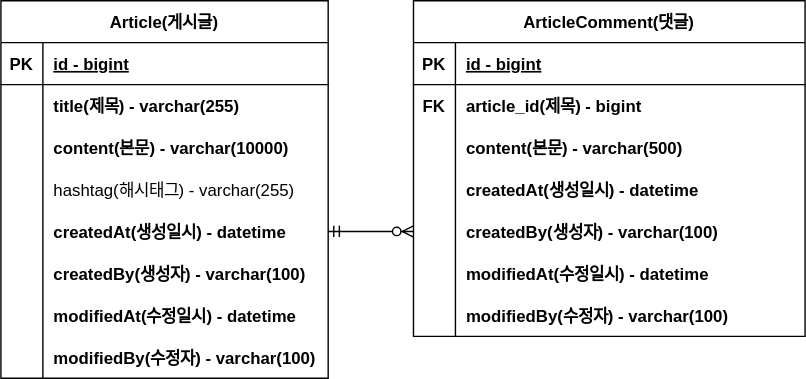
The draw.io diagram document/project-board-erd.svg in Dukapuri/basic-board, before a commit. Source tidied: cells renumbered, new cells last; positions are measured from the earlier drawing's top-left corner, leaving out a move shared by most shapes.
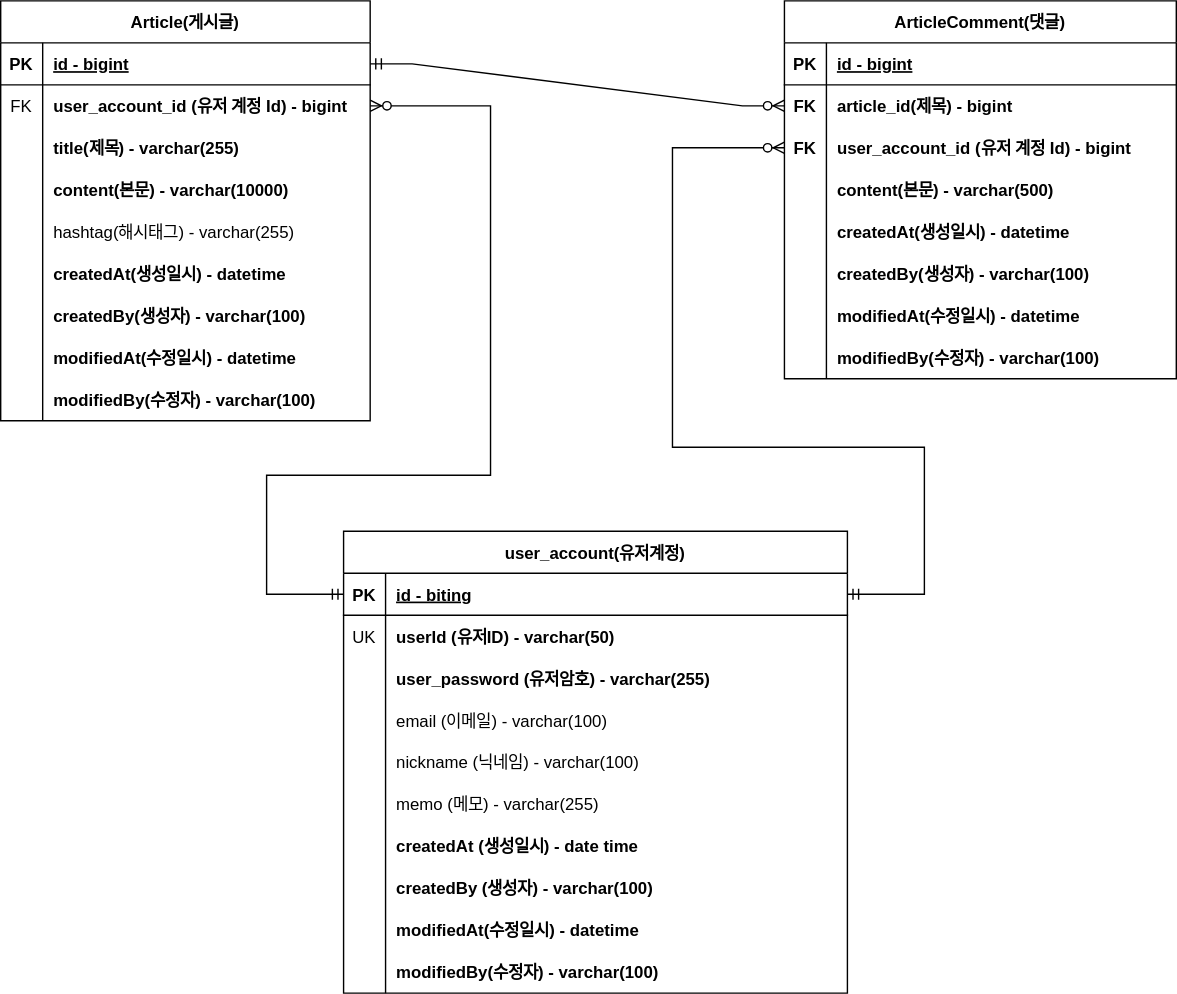
Above is the later version.

Commit message:
project-board-erd.svg 유저 계정 erd를 추가하고 연관관계를 매핑시켜줌

What changed in the source:
```diff
@@ -5,6 +5,6 @@
     <mxCell id="2" value="Article(게시글)" style="shape=table;startSize=30;rowLines=0;fontStyle=1;align=center;" parent="1" vertex="1">
-      <mxGeometry width="234" height="270" as="geometry" />
+      <mxGeometry x="-76" width="264" height="300" as="geometry" />
     </mxCell>
     <mxCell id="3" style="shape=tableRow;horizontal=0;startSize=0;swimlaneHead=0;swimlaneBody=0;fillColor=none;points=[[0,0.5],[1,0.5]];portConstraint=eastwest;top=0;left=0;right=0;bottom=1;" parent="2" vertex="1">
-      <mxGeometry y="30" width="234" height="30" as="geometry" />
+      <mxGeometry y="30" width="264" height="30" as="geometry" />
     </mxCell>
@@ -14,15 +14,24 @@
     <mxCell id="5" value="id - bigint" style="shape=partialRectangle;fillColor=none;top=0;left=0;bottom=0;right=0;align=left;spacingLeft=6;fontStyle=5;overflow=hidden;" parent="3" vertex="1">
-      <mxGeometry x="30" width="204" height="30" as="geometry" />
+      <mxGeometry x="30" width="234" height="30" as="geometry" />
     </mxCell>
     <mxCell id="6" style="shape=tableRow;horizontal=0;startSize=0;swimlaneHead=0;swimlaneBody=0;fillColor=none;points=[[0,0.5],[1,0.5]];portConstraint=eastwest;top=0;left=0;right=0;bottom=0;" parent="2" vertex="1">
-      <mxGeometry y="60" width="234" height="30" as="geometry" />
+      <mxGeometry y="60" width="264" height="30" as="geometry" />
     </mxCell>
-    <mxCell id="7" style="shape=partialRectangle;fillColor=none;top=0;left=0;bottom=0;right=0;overflow=hidden;" parent="6" vertex="1">
+    <mxCell id="7" value="FK" style="shape=partialRectangle;fillColor=none;top=0;left=0;bottom=0;right=0;overflow=hidden;" parent="6" vertex="1">
       <mxGeometry width="30" height="30" as="geometry" />
     </mxCell>
-    <mxCell id="8" value="title(제목) - varchar(255)" style="shape=partialRectangle;fillColor=none;top=0;left=0;bottom=0;right=0;align=left;spacingLeft=6;overflow=hidden;fontStyle=1;" parent="6" vertex="1">
-      <mxGeometry x="30" width="204" height="30" as="geometry" />
+    <mxCell id="8" value="user_account_id (유저 계정 Id) - bigint" style="shape=partialRectangle;fillColor=none;top=0;left=0;bottom=0;right=0;align=left;spacingLeft=6;overflow=hidden;fontStyle=1;" parent="6" vertex="1">
+      <mxGeometry x="30" width="234" height="30" as="geometry" />
     </mxCell>
+    <mxCell id="50" style="shape=tableRow;horizontal=0;startSize=0;swimlaneHead=0;swimlaneBody=0;fillColor=none;top=0;left=0;right=0;bottom=0;" parent="2" vertex="1">
+      <mxGeometry y="90" width="264" height="30" as="geometry" />
+    </mxCell>
+    <mxCell id="51" style="shape=partialRectangle;fillColor=none;top=0;left=0;bottom=0;right=0;overflow=hidden;" parent="50" vertex="1">
+      <mxGeometry width="30" height="30" as="geometry" />
+    </mxCell>
+    <mxCell id="52" value="title(제목) - varchar(255)" style="shape=partialRectangle;fillColor=none;top=0;left=0;bottom=0;right=0;align=left;spacingLeft=6;overflow=hidden;fontStyle=1;" parent="50" vertex="1">
+      <mxGeometry x="30" width="234" height="30" as="geometry" />
+    </mxCell>
     <mxCell id="9" style="shape=tableRow;horizontal=0;startSize=0;swimlaneHead=0;swimlaneBody=0;fillColor=none;top=0;left=0;right=0;bottom=0;" parent="2" vertex="1">
-      <mxGeometry y="90" width="234" height="30" as="geometry" />
+      <mxGeometry y="120" width="264" height="30" as="geometry" />
     </mxCell>
@@ -32,6 +41,6 @@
     <mxCell id="11" value="content(본문) - varchar(10000)" style="shape=partialRectangle;fillColor=none;top=0;left=0;bottom=0;right=0;align=left;spacingLeft=6;overflow=hidden;fontStyle=1;" parent="9" vertex="1">
-      <mxGeometry x="30" width="204" height="30" as="geometry" />
+      <mxGeometry x="30" width="234" height="30" as="geometry" />
     </mxCell>
     <mxCell id="12" style="shape=tableRow;horizontal=0;startSize=0;swimlaneHead=0;swimlaneBody=0;fillColor=none;top=0;left=0;right=0;bottom=0;" parent="2" vertex="1">
-      <mxGeometry y="120" width="234" height="30" as="geometry" />
+      <mxGeometry y="150" width="264" height="30" as="geometry" />
     </mxCell>
@@ -41,6 +50,6 @@
     <mxCell id="14" value="hashtag(해시태그) - varchar(255)" style="shape=partialRectangle;fillColor=none;top=0;left=0;bottom=0;right=0;align=left;spacingLeft=6;overflow=hidden;" parent="12" vertex="1">
-      <mxGeometry x="30" width="204" height="30" as="geometry" />
+      <mxGeometry x="30" width="234" height="30" as="geometry" />
     </mxCell>
     <mxCell id="15" style="shape=tableRow;horizontal=0;startSize=0;swimlaneHead=0;swimlaneBody=0;fillColor=none;points=[[0,0.5],[1,0.5]];portConstraint=eastwest;top=0;left=0;right=0;bottom=0;" parent="2" vertex="1">
-      <mxGeometry y="150" width="234" height="30" as="geometry" />
+      <mxGeometry y="180" width="264" height="30" as="geometry" />
     </mxCell>
@@ -50,6 +59,6 @@
     <mxCell id="17" value="createdAt(생성일시) - datetime" style="shape=partialRectangle;fillColor=none;top=0;left=0;bottom=0;right=0;align=left;spacingLeft=6;overflow=hidden;fontStyle=1;" parent="15" vertex="1">
-      <mxGeometry x="30" width="204" height="30" as="geometry" />
+      <mxGeometry x="30" width="234" height="30" as="geometry" />
     </mxCell>
     <mxCell id="18" style="shape=tableRow;horizontal=0;startSize=0;swimlaneHead=0;swimlaneBody=0;fillColor=none;top=0;left=0;right=0;bottom=0;" parent="2" vertex="1">
-      <mxGeometry y="180" width="234" height="30" as="geometry" />
+      <mxGeometry y="210" width="264" height="30" as="geometry" />
     </mxCell>
@@ -59,6 +68,6 @@
     <mxCell id="20" value="createdBy(생성자) - varchar(100)" style="shape=partialRectangle;fillColor=none;top=0;left=0;bottom=0;right=0;align=left;spacingLeft=6;overflow=hidden;fontStyle=1;" parent="18" vertex="1">
-      <mxGeometry x="30" width="204" height="30" as="geometry" />
+      <mxGeometry x="30" width="234" height="30" as="geometry" />
     </mxCell>
     <mxCell id="21" style="shape=tableRow;horizontal=0;startSize=0;swimlaneHead=0;swimlaneBody=0;fillColor=none;top=0;left=0;right=0;bottom=0;" parent="2" vertex="1">
-      <mxGeometry y="210" width="234" height="30" as="geometry" />
+      <mxGeometry y="240" width="264" height="30" as="geometry" />
     </mxCell>
@@ -68,6 +77,6 @@
     <mxCell id="23" value="modifiedAt(수정일시) - datetime" style="shape=partialRectangle;fillColor=none;top=0;left=0;bottom=0;right=0;align=left;spacingLeft=6;overflow=hidden;fontStyle=1;" parent="21" vertex="1">
-      <mxGeometry x="30" width="204" height="30" as="geometry" />
+      <mxGeometry x="30" width="234" height="30" as="geometry" />
     </mxCell>
     <mxCell id="24" style="shape=tableRow;horizontal=0;startSize=0;swimlaneHead=0;swimlaneBody=0;fillColor=none;top=0;left=0;right=0;bottom=0;" parent="2" vertex="1">
-      <mxGeometry y="240" width="234" height="30" as="geometry" />
+      <mxGeometry y="270" width="264" height="30" as="geometry" />
     </mxCell>
@@ -77,6 +86,6 @@
     <mxCell id="26" value="modifiedBy(수정자) - varchar(100)" style="shape=partialRectangle;fillColor=none;top=0;left=0;bottom=0;right=0;align=left;spacingLeft=6;overflow=hidden;fontStyle=1;" parent="24" vertex="1">
-      <mxGeometry x="30" width="204" height="30" as="geometry" />
+      <mxGeometry x="30" width="234" height="30" as="geometry" />
     </mxCell>
     <mxCell id="27" value="ArticleComment(댓글)" style="shape=table;startSize=30;rowLines=0;fontStyle=1;align=center;" parent="1" vertex="1">
-      <mxGeometry x="295" width="280" height="240" as="geometry" />
+      <mxGeometry x="484" width="280" height="270" as="geometry" />
     </mxCell>
@@ -100,4 +109,13 @@
     </mxCell>
+    <mxCell id="53" style="shape=tableRow;horizontal=0;startSize=0;swimlaneHead=0;swimlaneBody=0;fillColor=none;points=[[0,0.5],[1,0.5]];portConstraint=eastwest;top=0;left=0;right=0;bottom=0;" parent="27" vertex="1">
+      <mxGeometry y="90" width="280" height="30" as="geometry" />
+    </mxCell>
+    <mxCell id="54" value="FK" style="shape=partialRectangle;fillColor=none;top=0;left=0;bottom=0;right=0;overflow=hidden;fontStyle=1;" parent="53" vertex="1">
+      <mxGeometry width="30" height="30" as="geometry" />
+    </mxCell>
+    <mxCell id="55" value="user_account_id (유저 계정 Id) - bigint" style="shape=partialRectangle;fillColor=none;top=0;left=0;bottom=0;right=0;align=left;spacingLeft=6;overflow=hidden;fontStyle=1;" parent="53" vertex="1">
+      <mxGeometry x="30" width="250" height="30" as="geometry" />
+    </mxCell>
     <mxCell id="34" style="shape=tableRow;horizontal=0;startSize=0;swimlaneHead=0;swimlaneBody=0;fillColor=none;top=0;left=0;right=0;bottom=0;" parent="27" vertex="1">
-      <mxGeometry y="90" width="280" height="30" as="geometry" />
+      <mxGeometry y="120" width="280" height="30" as="geometry" />
     </mxCell>
@@ -110,3 +128,3 @@
     <mxCell id="37" style="shape=tableRow;horizontal=0;startSize=0;swimlaneHead=0;swimlaneBody=0;fillColor=none;top=0;left=0;right=0;bottom=0;" parent="27" vertex="1">
-      <mxGeometry y="120" width="280" height="30" as="geometry" />
+      <mxGeometry y="150" width="280" height="30" as="geometry" />
     </mxCell>
@@ -119,3 +137,3 @@
     <mxCell id="40" style="shape=tableRow;horizontal=0;startSize=0;swimlaneHead=0;swimlaneBody=0;fillColor=none;points=[[0,0.5],[1,0.5]];portConstraint=eastwest;top=0;left=0;right=0;bottom=0;" parent="27" vertex="1">
-      <mxGeometry y="150" width="280" height="30" as="geometry" />
+      <mxGeometry y="180" width="280" height="30" as="geometry" />
     </mxCell>
@@ -128,3 +146,3 @@
     <mxCell id="43" style="shape=tableRow;horizontal=0;startSize=0;swimlaneHead=0;swimlaneBody=0;fillColor=none;top=0;left=0;right=0;bottom=0;" parent="27" vertex="1">
-      <mxGeometry y="180" width="280" height="30" as="geometry" />
+      <mxGeometry y="210" width="280" height="30" as="geometry" />
     </mxCell>
@@ -137,3 +155,3 @@
     <mxCell id="46" style="shape=tableRow;horizontal=0;startSize=0;swimlaneHead=0;swimlaneBody=0;fillColor=none;top=0;left=0;right=0;bottom=0;" parent="27" vertex="1">
-      <mxGeometry y="210" width="280" height="30" as="geometry" />
+      <mxGeometry y="240" width="280" height="30" as="geometry" />
     </mxCell>
@@ -145,5 +163,118 @@
     </mxCell>
-    <mxCell id="49" style="edgeStyle=entityRelationEdgeStyle;fontSize=12;html=1;endArrow=ERzeroToMany;startArrow=ERmandOne;rounded=0;exitX=1;exitY=0.5;exitDx=0;exitDy=0;entryX=0;entryY=0.5;entryDx=0;entryDy=0;" parent="1" edge="1" source="15" target="40">
+    <mxCell id="49" style="edgeStyle=entityRelationEdgeStyle;fontSize=12;html=1;endArrow=ERzeroToMany;startArrow=ERmandOne;rounded=0;exitX=1;exitY=0.5;exitDx=0;exitDy=0;entryX=0;entryY=0.5;entryDx=0;entryDy=0;" parent="1" edge="1" source="3" target="31">
       <mxGeometry relative="1" as="geometry" />
     </mxCell>
+    <mxCell id="56" value="user_account(유저계정)" style="shape=table;startSize=30;rowLines=0;fontStyle=1;align=center;" parent="1" vertex="1">
+      <mxGeometry x="169" y="379" width="360" height="330" as="geometry" />
+    </mxCell>
+    <mxCell id="57" style="shape=tableRow;horizontal=0;startSize=0;swimlaneHead=0;swimlaneBody=0;fillColor=none;points=[[0,0.5],[1,0.5]];portConstraint=eastwest;top=0;left=0;right=0;bottom=1;" parent="56" vertex="1">
+      <mxGeometry y="30" width="360" height="30" as="geometry" />
+    </mxCell>
+    <mxCell id="58" value="PK" style="shape=partialRectangle;fillColor=none;top=0;left=0;bottom=0;right=0;fontStyle=1;overflow=hidden;" parent="57" vertex="1">
+      <mxGeometry width="30" height="30" as="geometry" />
+    </mxCell>
+    <mxCell id="59" value="id - biting" style="shape=partialRectangle;fillColor=none;top=0;left=0;bottom=0;right=0;align=left;spacingLeft=6;fontStyle=5;overflow=hidden;" parent="57" vertex="1">
+      <mxGeometry x="30" width="330" height="30" as="geometry" />
+    </mxCell>
+    <mxCell id="60" style="shape=tableRow;horizontal=0;startSize=0;swimlaneHead=0;swimlaneBody=0;fillColor=none;top=0;left=0;right=0;bottom=0;" parent="56" vertex="1">
+      <mxGeometry y="60" width="360" height="30" as="geometry" />
+    </mxCell>
+    <mxCell id="61" value="UK" style="shape=partialRectangle;fillColor=none;top=0;left=0;bottom=0;right=0;overflow=hidden;" parent="60" vertex="1">
+      <mxGeometry width="30" height="30" as="geometry" />
+    </mxCell>
+    <mxCell id="62" value="userId (유저ID) - varchar(50)" style="shape=partialRectangle;fillColor=none;top=0;left=0;bottom=0;right=0;align=left;spacingLeft=6;overflow=hidden;fontStyle=1;" parent="60" vertex="1">
+      <mxGeometry x="30" width="330" height="30" as="geometry" />
+    </mxCell>
+    <mxCell id="63" style="shape=tableRow;horizontal=0;startSize=0;swimlaneHead=0;swimlaneBody=0;fillColor=none;top=0;left=0;right=0;bottom=0;" parent="56" vertex="1">
+      <mxGeometry y="90" width="360" height="30" as="geometry" />
+    </mxCell>
+    <mxCell id="64" style="shape=partialRectangle;fillColor=none;top=0;left=0;bottom=0;right=0;overflow=hidden;" parent="63" vertex="1">
+      <mxGeometry width="30" height="30" as="geometry" />
+    </mxCell>
+    <mxCell id="65" value="user_password (유저암호) - varchar(255)" style="shape=partialRectangle;fillColor=none;top=0;left=0;bottom=0;right=0;align=left;spacingLeft=6;overflow=hidden;fontStyle=1;" parent="63" vertex="1">
+      <mxGeometry x="30" width="330" height="30" as="geometry" />
+    </mxCell>
+    <mxCell id="66" style="shape=tableRow;horizontal=0;startSize=0;swimlaneHead=0;swimlaneBody=0;fillColor=none;top=0;left=0;right=0;bottom=0;" parent="56" vertex="1">
+      <mxGeometry y="120" width="360" height="30" as="geometry" />
+    </mxCell>
+    <mxCell id="67" style="shape=partialRectangle;fillColor=none;top=0;left=0;bottom=0;right=0;overflow=hidden;" parent="66" vertex="1">
+      <mxGeometry width="30" height="30" as="geometry" />
+    </mxCell>
+    <mxCell id="68" value="email (이메일) - varchar(100)" style="shape=partialRectangle;fillColor=none;top=0;left=0;bottom=0;right=0;align=left;spacingLeft=6;overflow=hidden;" parent="66" vertex="1">
+      <mxGeometry x="30" width="330" height="30" as="geometry" />
+    </mxCell>
+    <mxCell id="69" style="shape=tableRow;horizontal=0;startSize=0;swimlaneHead=0;swimlaneBody=0;fillColor=none;top=0;left=0;right=0;bottom=0;" parent="56" vertex="1">
+      <mxGeometry y="150" width="360" height="30" as="geometry" />
+    </mxCell>
+    <mxCell id="70" style="shape=partialRectangle;fillColor=none;top=0;left=0;bottom=0;right=0;overflow=hidden;" parent="69" vertex="1">
+      <mxGeometry width="30" height="30" as="geometry" />
+    </mxCell>
+    <mxCell id="71" value="nickname (닉네임) - varchar(100)" style="shape=partialRectangle;fillColor=none;top=0;left=0;bottom=0;right=0;align=left;spacingLeft=6;overflow=hidden;" parent="69" vertex="1">
+      <mxGeometry x="30" width="330" height="30" as="geometry" />
+    </mxCell>
+    <mxCell id="72" style="shape=tableRow;horizontal=0;startSize=0;swimlaneHead=0;swimlaneBody=0;fillColor=none;top=0;left=0;right=0;bottom=0;" parent="56" vertex="1">
+      <mxGeometry y="180" width="360" height="30" as="geometry" />
+    </mxCell>
+    <mxCell id="73" style="shape=partialRectangle;fillColor=none;top=0;left=0;bottom=0;right=0;overflow=hidden;" parent="72" vertex="1">
+      <mxGeometry width="30" height="30" as="geometry" />
+    </mxCell>
+    <mxCell id="74" value="memo (메모) - varchar(255)" style="shape=partialRectangle;fillColor=none;top=0;left=0;bottom=0;right=0;align=left;spacingLeft=6;overflow=hidden;" parent="72" vertex="1">
+      <mxGeometry x="30" width="330" height="30" as="geometry" />
+    </mxCell>
+    <mxCell id="75" style="shape=tableRow;horizontal=0;startSize=0;swimlaneHead=0;swimlaneBody=0;fillColor=none;top=0;left=0;right=0;bottom=0;" parent="56" vertex="1">
+      <mxGeometry y="210" width="360" height="30" as="geometry" />
+    </mxCell>
+    <mxCell id="76" style="shape=partialRectangle;fillColor=none;top=0;left=0;bottom=0;right=0;overflow=hidden;" parent="75" vertex="1">
+      <mxGeometry width="30" height="30" as="geometry" />
+    </mxCell>
+    <mxCell id="77" value="createdAt (생성일시) - date time" style="shape=partialRectangle;fillColor=none;top=0;left=0;bottom=0;right=0;align=left;spacingLeft=6;overflow=hidden;fontStyle=1;" parent="75" vertex="1">
+      <mxGeometry x="30" width="330" height="30" as="geometry" />
+    </mxCell>
+    <mxCell id="78" style="shape=tableRow;horizontal=0;startSize=0;swimlaneHead=0;swimlaneBody=0;fillColor=none;top=0;left=0;right=0;bottom=0;" parent="56" vertex="1">
+      <mxGeometry y="240" width="360" height="30" as="geometry" />
+    </mxCell>
+    <mxCell id="79" style="shape=partialRectangle;fillColor=none;top=0;left=0;bottom=0;right=0;overflow=hidden;" parent="78" vertex="1">
+      <mxGeometry width="30" height="30" as="geometry" />
+    </mxCell>
+    <mxCell id="80" value="createdBy (생성자) - varchar(100)" style="shape=partialRectangle;fillColor=none;top=0;left=0;bottom=0;right=0;align=left;spacingLeft=6;overflow=hidden;fontStyle=1;" parent="78" vertex="1">
+      <mxGeometry x="30" width="330" height="30" as="geometry" />
+    </mxCell>
+    <mxCell id="81" style="shape=tableRow;horizontal=0;startSize=0;swimlaneHead=0;swimlaneBody=0;fillColor=none;top=0;left=0;right=0;bottom=0;" parent="56" vertex="1">
+      <mxGeometry y="270" width="360" height="30" as="geometry" />
+    </mxCell>
+    <mxCell id="82" style="shape=partialRectangle;fillColor=none;top=0;left=0;bottom=0;right=0;overflow=hidden;" parent="81" vertex="1">
+      <mxGeometry width="30" height="30" as="geometry" />
+    </mxCell>
+    <mxCell id="83" value="modifiedAt(수정일시) - datetime" style="shape=partialRectangle;fillColor=none;top=0;left=0;bottom=0;right=0;align=left;spacingLeft=6;overflow=hidden;fontStyle=1;" parent="81" vertex="1">
+      <mxGeometry x="30" width="330" height="30" as="geometry" />
+    </mxCell>
+    <mxCell id="84" style="shape=tableRow;horizontal=0;startSize=0;swimlaneHead=0;swimlaneBody=0;fillColor=none;top=0;left=0;right=0;bottom=0;" parent="56" vertex="1">
+      <mxGeometry y="300" width="360" height="30" as="geometry" />
+    </mxCell>
+    <mxCell id="85" style="shape=partialRectangle;fillColor=none;top=0;left=0;bottom=0;right=0;overflow=hidden;" parent="84" vertex="1">
+      <mxGeometry width="30" height="30" as="geometry" />
+    </mxCell>
+    <mxCell id="86" value="modifiedBy(수정자) - varchar(100)" style="shape=partialRectangle;fillColor=none;top=0;left=0;bottom=0;right=0;align=left;spacingLeft=6;overflow=hidden;fontStyle=1;" parent="84" vertex="1">
+      <mxGeometry x="30" width="330" height="30" as="geometry" />
+    </mxCell>
+    <mxCell id="87" style="edgeStyle=orthogonalEdgeStyle;fontSize=12;html=1;endArrow=ERzeroToMany;startArrow=ERmandOne;entryX=0;entryY=0.5;entryDx=0;entryDy=0;rounded=0;strokeColor=default;jumpStyle=none;exitX=1;exitY=0.5;exitDx=0;exitDy=0;" parent="1" edge="1" source="57" target="53">
+      <mxGeometry relative="1" as="geometry">
+        <Array as="points">
+          <mxPoint x="584" y="424" />
+          <mxPoint x="584" y="319" />
+          <mxPoint x="404" y="319" />
+          <mxPoint x="404" y="105" />
+        </Array>
+      </mxGeometry>
+    </mxCell>
+    <mxCell id="88" style="edgeStyle=orthogonalEdgeStyle;fontSize=12;html=1;endArrow=ERzeroToMany;startArrow=ERmandOne;rounded=0;strokeColor=default;jumpStyle=none;entryX=1;entryY=0.5;entryDx=0;entryDy=0;exitX=0;exitY=0.5;exitDx=0;exitDy=0;" parent="1" edge="1" source="57" target="6">
+      <mxGeometry relative="1" as="geometry">
+        <Array as="points">
+          <mxPoint x="114" y="424" />
+          <mxPoint x="114" y="339" />
+          <mxPoint x="274" y="339" />
+          <mxPoint x="274" y="75" />
+        </Array>
+      </mxGeometry>
+    </mxCell>
   </root>
```
